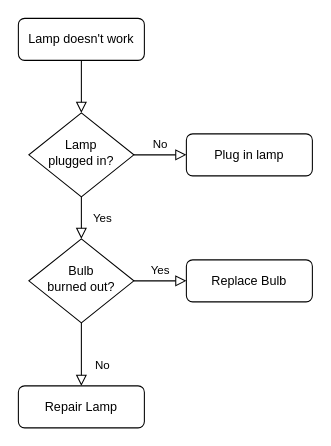
Earlier version of the draw.io diagram images/未命名绘图.drawio (yangliushuai/muyi). Source tidied: cells renumbered, new cells numbered last; positions are measured from the earlier drawing's top-left corner, leaving out a move shared by most shapes. Both pictures are drawn from the tidied source at 105%, with x=0, y=0 at pixel (18, 18).
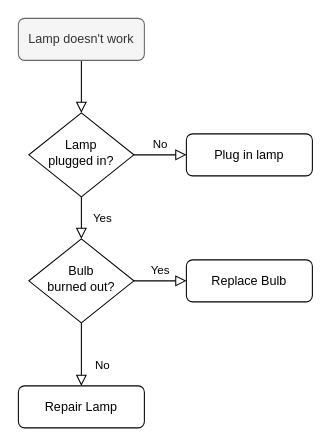
The same diagram, later.

Change to the diagram source:
```diff
@@
 <mxGraphModel>
   <root>
     <mxCell id="0" />
     <mxCell id="1" parent="0" />
     <mxCell id="2" style="rounded=0;html=1;jettySize=auto;fontSize=11;endArrow=block;endFill=0;endSize=8;strokeWidth=1;shadow=0;labelBackgroundColor=none;edgeStyle=orthogonalEdgeStyle;" parent="1" edge="1" source="3" target="6">
       <mxGeometry relative="1" as="geometry" />
     </mxCell>
-    <mxCell id="3" value="Lamp doesn't work" style="rounded=1;whiteSpace=wrap;html=1;fontSize=12;glass=0;strokeWidth=1;shadow=0;" parent="1" vertex="1">
+    <mxCell id="3" value="Lamp doesn't work" style="rounded=1;whiteSpace=wrap;html=1;fontSize=12;glass=0;strokeWidth=1;shadow=0;fillColor=#f5f5f5;fontColor=#333333;strokeColor=#666666;" parent="1" vertex="1">
       <mxGeometry width="120" height="40" as="geometry" />
     </mxCell>
     <mxCell id="4" value="Yes" style="rounded=0;html=1;jettySize=auto;fontSize=11;endArrow=block;endFill=0;endSize=8;strokeWidth=1;shadow=0;labelBackgroundColor=none;edgeStyle=orthogonalEdgeStyle;" parent="1" edge="1" source="6" target="10">
       <mxGeometry y="20" relative="1" as="geometry" />
     </mxCell>
     <mxCell id="5" value="No" style="edgeStyle=orthogonalEdgeStyle;rounded=0;html=1;jettySize=auto;fontSize=11;endArrow=block;endFill=0;endSize=8;strokeWidth=1;shadow=0;labelBackgroundColor=none;" parent="1" edge="1" source="6" target="7">
       <mxGeometry y="10" relative="1" as="geometry" />
     </mxCell>
     <mxCell id="6" value="Lamp&lt;br&gt;plugged in?" style="rhombus;whiteSpace=wrap;html=1;shadow=0;fontFamily=Helvetica;fontSize=12;align=center;strokeWidth=1;spacing=6;spacingTop=-4;" parent="1" vertex="1">
       <mxGeometry x="10" y="90" width="100" height="80" as="geometry" />
     </mxCell>
     <mxCell id="7" value="Plug in lamp" style="rounded=1;whiteSpace=wrap;html=1;fontSize=12;glass=0;strokeWidth=1;shadow=0;" parent="1" vertex="1">
       <mxGeometry x="160" y="110" width="120" height="40" as="geometry" />
     </mxCell>
     <mxCell id="8" value="No" style="rounded=0;html=1;jettySize=auto;fontSize=11;endArrow=block;endFill=0;endSize=8;strokeWidth=1;shadow=0;labelBackgroundColor=none;edgeStyle=orthogonalEdgeStyle;" parent="1" edge="1" source="10" target="11">
       <mxGeometry x="0.33" y="20" relative="1" as="geometry" />
     </mxCell>
     <mxCell id="9" value="Yes" style="edgeStyle=orthogonalEdgeStyle;rounded=0;html=1;jettySize=auto;fontSize=11;endArrow=block;endFill=0;endSize=8;strokeWidth=1;shadow=0;labelBackgroundColor=none;" parent="1" edge="1" source="10" target="12">
       <mxGeometry y="10" relative="1" as="geometry" />
     </mxCell>
     <mxCell id="10" value="Bulb&lt;br&gt;burned out?" style="rhombus;whiteSpace=wrap;html=1;shadow=0;fontFamily=Helvetica;fontSize=12;align=center;strokeWidth=1;spacing=6;spacingTop=-4;" parent="1" vertex="1">
       <mxGeometry x="10" y="210" width="100" height="80" as="geometry" />
     </mxCell>
     <mxCell id="11" value="Repair Lamp" style="rounded=1;whiteSpace=wrap;html=1;fontSize=12;glass=0;strokeWidth=1;shadow=0;" parent="1" vertex="1">
       <mxGeometry y="350" width="120" height="40" as="geometry" />
     </mxCell>
     <mxCell id="12" value="Replace Bulb" style="rounded=1;whiteSpace=wrap;html=1;fontSize=12;glass=0;strokeWidth=1;shadow=0;" parent="1" vertex="1">
       <mxGeometry x="160" y="230" width="120" height="40" as="geometry" />
     </mxCell>
   </root>
 </mxGraphModel>
```
